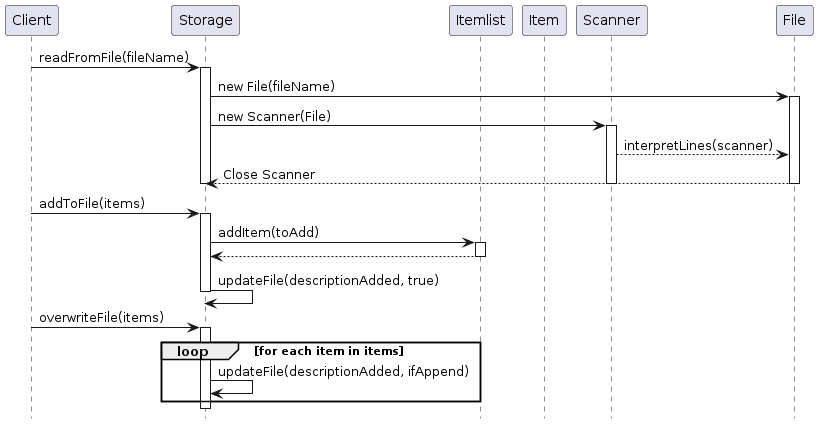
Before: docs/Diagrams/Images/Storage/Storage_sequenceDiagram.png, a diagram exported from PlantUML (LowTL/tp).
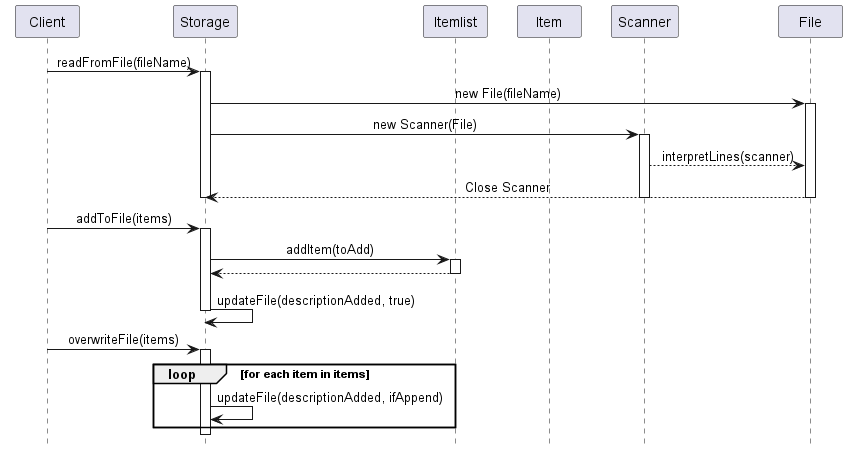
After the commit.

Diff of the diagram source:
```diff
@@ -1,5 +1,5 @@
 @startuml
-hide footbox
+!include ../Style.puml
 participant Client
 participant Storage
 participant Itemlist
```
